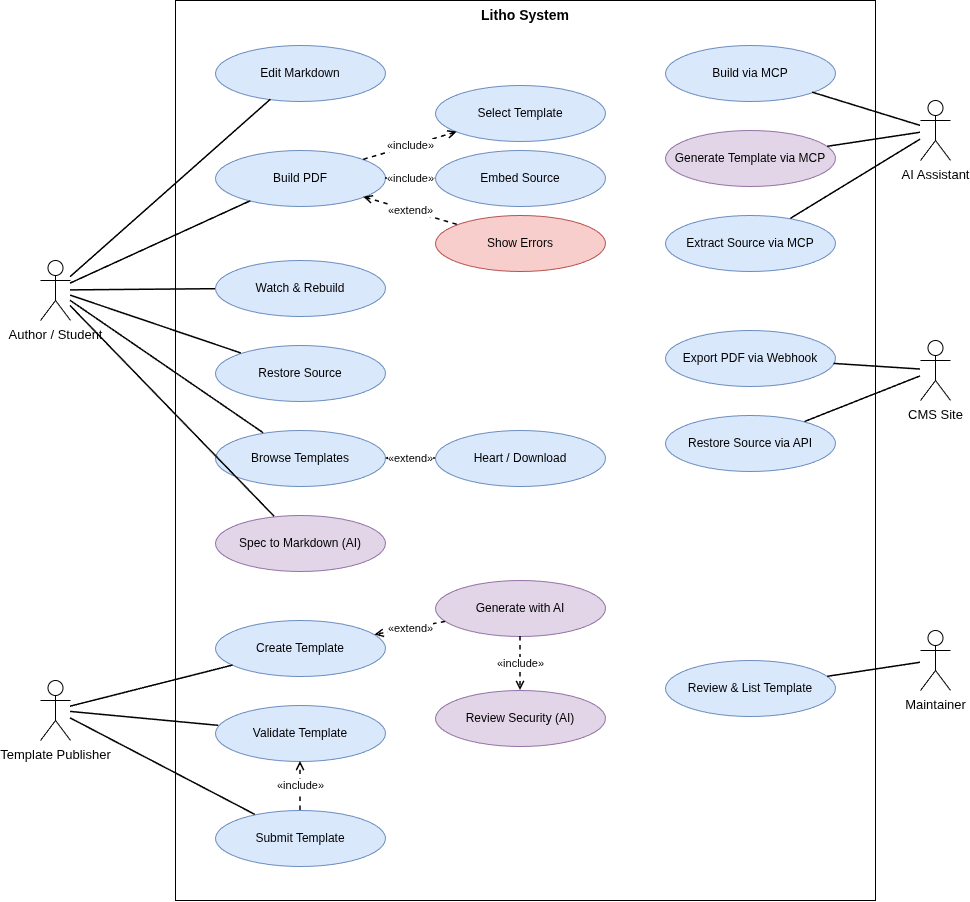
Above: Figures/use-case.png in Litho-MD/uet-fyp-docs (draw.io), before the change. Source tidied: cells renumbered, new cells last; positions are measured from the earlier drawing's top-left corner, leaving out a move shared by most shapes.
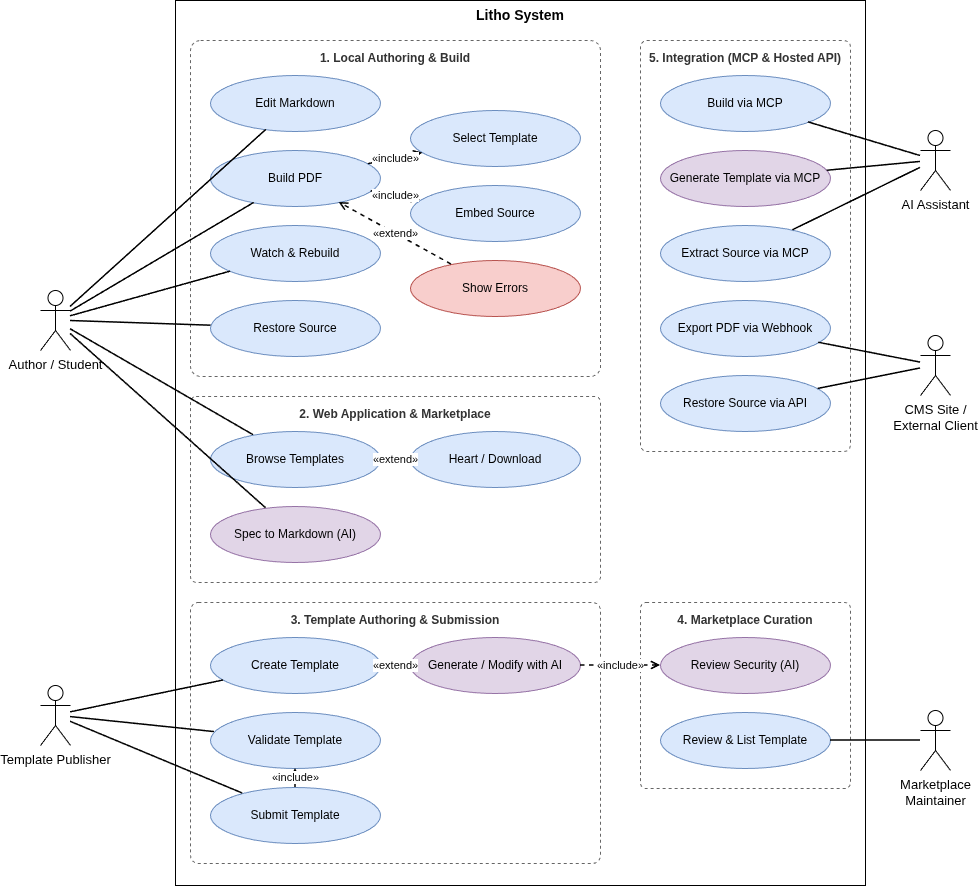
The same diagram one commit later.

The edit, as a diff of the source:
```diff
@@ -3,86 +3,101 @@
     <mxCell id="0" />
     <mxCell id="1" parent="0" />
     <mxCell id="2" value="Litho System" style="rounded=0;whiteSpace=wrap;html=1;fillColor=none;strokeColor=#000000;verticalAlign=top;fontStyle=1;fontSize=14;" parent="1" vertex="1">
-      <mxGeometry x="135" width="700" height="900" as="geometry" />
+      <mxGeometry x="135" width="690" height="885" as="geometry" />
     </mxCell>
+    <mxCell id="51" value="1. Local Authoring &amp; Build" style="rounded=1;arcSize=3;whiteSpace=wrap;html=1;fillColor=none;strokeColor=#666666;dashed=1;verticalAlign=top;fontStyle=1;fontSize=12;fontColor=#333333;spacingTop=4;" parent="1" vertex="1">
+      <mxGeometry x="150" y="40" width="410" height="336" as="geometry" />
+    </mxCell>
+    <mxCell id="52" value="2. Web Application &amp; Marketplace" style="rounded=1;arcSize=3;whiteSpace=wrap;html=1;fillColor=none;strokeColor=#666666;dashed=1;verticalAlign=top;fontStyle=1;fontSize=12;fontColor=#333333;spacingTop=4;" parent="1" vertex="1">
+      <mxGeometry x="150" y="396" width="410" height="186" as="geometry" />
+    </mxCell>
+    <mxCell id="53" value="3. Template Authoring &amp; Submission" style="rounded=1;arcSize=3;whiteSpace=wrap;html=1;fillColor=none;strokeColor=#666666;dashed=1;verticalAlign=top;fontStyle=1;fontSize=12;fontColor=#333333;spacingTop=4;" parent="1" vertex="1">
+      <mxGeometry x="150" y="602" width="410" height="261" as="geometry" />
+    </mxCell>
+    <mxCell id="54" value="4. Marketplace Curation" style="rounded=1;arcSize=3;whiteSpace=wrap;html=1;fillColor=none;strokeColor=#666666;dashed=1;verticalAlign=top;fontStyle=1;fontSize=12;fontColor=#333333;spacingTop=4;" parent="1" vertex="1">
+      <mxGeometry x="600" y="602" width="210" height="186" as="geometry" />
+    </mxCell>
+    <mxCell id="55" value="5. Integration (MCP &amp; Hosted API)" style="rounded=1;arcSize=3;whiteSpace=wrap;html=1;fillColor=none;strokeColor=#666666;dashed=1;verticalAlign=top;fontStyle=1;fontSize=12;fontColor=#333333;spacingTop=4;" parent="1" vertex="1">
+      <mxGeometry x="600" y="40" width="210" height="411" as="geometry" />
+    </mxCell>
     <mxCell id="3" value="Author / Student" style="shape=umlActor;verticalLabelPosition=bottom;verticalAlign=top;html=1;fontSize=13;" parent="1" vertex="1">
-      <mxGeometry y="260" width="30" height="60" as="geometry" />
+      <mxGeometry y="290" width="30" height="60" as="geometry" />
     </mxCell>
     <mxCell id="4" value="Template Publisher" style="shape=umlActor;verticalLabelPosition=bottom;verticalAlign=top;html=1;fontSize=13;" parent="1" vertex="1">
-      <mxGeometry y="680" width="30" height="60" as="geometry" />
+      <mxGeometry y="685" width="30" height="60" as="geometry" />
     </mxCell>
     <mxCell id="5" value="AI Assistant" style="shape=umlActor;verticalLabelPosition=bottom;verticalAlign=top;html=1;fontSize=13;" parent="1" vertex="1">
-      <mxGeometry x="880" y="100" width="30" height="60" as="geometry" />
+      <mxGeometry x="880" y="130" width="30" height="60" as="geometry" />
     </mxCell>
-    <mxCell id="6" value="CMS Site" style="shape=umlActor;verticalLabelPosition=bottom;verticalAlign=top;html=1;fontSize=13;" parent="1" vertex="1">
-      <mxGeometry x="880" y="340" width="30" height="60" as="geometry" />
+    <mxCell id="6" value="CMS Site /&lt;br&gt;External Client" style="shape=umlActor;verticalLabelPosition=bottom;verticalAlign=top;html=1;fontSize=13;" parent="1" vertex="1">
+      <mxGeometry x="880" y="335" width="30" height="60" as="geometry" />
     </mxCell>
-    <mxCell id="7" value="Maintainer" style="shape=umlActor;verticalLabelPosition=bottom;verticalAlign=top;html=1;fontSize=13;" parent="1" vertex="1">
-      <mxGeometry x="880" y="630" width="30" height="60" as="geometry" />
+    <mxCell id="7" value="Marketplace&lt;br&gt;Maintainer" style="shape=umlActor;verticalLabelPosition=bottom;verticalAlign=top;html=1;fontSize=13;" parent="1" vertex="1">
+      <mxGeometry x="880" y="710" width="30" height="60" as="geometry" />
     </mxCell>
     <mxCell id="8" value="Edit Markdown" style="ellipse;whiteSpace=wrap;html=1;fontSize=12;fillColor=#dae8fc;strokeColor=#6c8ebf;" parent="1" vertex="1">
-      <mxGeometry x="175" y="45" width="170" height="56" as="geometry" />
+      <mxGeometry x="170" y="75" width="170" height="56" as="geometry" />
     </mxCell>
     <mxCell id="9" value="Build PDF" style="ellipse;whiteSpace=wrap;html=1;fontSize=12;fillColor=#dae8fc;strokeColor=#6c8ebf;" parent="1" vertex="1">
-      <mxGeometry x="175" y="150" width="170" height="56" as="geometry" />
+      <mxGeometry x="170" y="150" width="170" height="56" as="geometry" />
     </mxCell>
-    <mxCell id="10" value="Watch &amp;amp; Rebuild" style="ellipse;whiteSpace=wrap;html=1;fontSize=12;fillColor=#dae8fc;strokeColor=#6c8ebf;" parent="1" vertex="1">
-      <mxGeometry x="175" y="260" width="170" height="56" as="geometry" />
+    <mxCell id="10" value="Watch &amp; Rebuild" style="ellipse;whiteSpace=wrap;html=1;fontSize=12;fillColor=#dae8fc;strokeColor=#6c8ebf;" parent="1" vertex="1">
+      <mxGeometry x="170" y="225" width="170" height="56" as="geometry" />
     </mxCell>
     <mxCell id="11" value="Restore Source" style="ellipse;whiteSpace=wrap;html=1;fontSize=12;fillColor=#dae8fc;strokeColor=#6c8ebf;" parent="1" vertex="1">
-      <mxGeometry x="175" y="345" width="170" height="56" as="geometry" />
+      <mxGeometry x="170" y="300" width="170" height="56" as="geometry" />
     </mxCell>
+    <mxCell id="17" value="Select Template" style="ellipse;whiteSpace=wrap;html=1;fontSize=12;fillColor=#dae8fc;strokeColor=#6c8ebf;" parent="1" vertex="1">
+      <mxGeometry x="370" y="110" width="170" height="56" as="geometry" />
+    </mxCell>
+    <mxCell id="18" value="Embed Source" style="ellipse;whiteSpace=wrap;html=1;fontSize=12;fillColor=#dae8fc;strokeColor=#6c8ebf;" parent="1" vertex="1">
+      <mxGeometry x="370" y="185" width="170" height="56" as="geometry" />
+    </mxCell>
+    <mxCell id="19" value="Show Errors" style="ellipse;whiteSpace=wrap;html=1;fontSize=12;fillColor=#f8cecc;strokeColor=#b85450;" parent="1" vertex="1">
+      <mxGeometry x="370" y="260" width="170" height="56" as="geometry" />
+    </mxCell>
     <mxCell id="12" value="Browse Templates" style="ellipse;whiteSpace=wrap;html=1;fontSize=12;fillColor=#dae8fc;strokeColor=#6c8ebf;" parent="1" vertex="1">
-      <mxGeometry x="175" y="430" width="170" height="56" as="geometry" />
+      <mxGeometry x="170" y="431" width="170" height="56" as="geometry" />
     </mxCell>
     <mxCell id="13" value="Spec to Markdown (AI)" style="ellipse;whiteSpace=wrap;html=1;fontSize=12;fillColor=#e1d5e7;strokeColor=#9673a6;" parent="1" vertex="1">
-      <mxGeometry x="175" y="515" width="170" height="56" as="geometry" />
+      <mxGeometry x="170" y="506" width="170" height="56" as="geometry" />
     </mxCell>
+    <mxCell id="20" value="Heart / Download" style="ellipse;whiteSpace=wrap;html=1;fontSize=12;fillColor=#dae8fc;strokeColor=#6c8ebf;" parent="1" vertex="1">
+      <mxGeometry x="370" y="431" width="170" height="56" as="geometry" />
+    </mxCell>
     <mxCell id="14" value="Create Template" style="ellipse;whiteSpace=wrap;html=1;fontSize=12;fillColor=#dae8fc;strokeColor=#6c8ebf;" parent="1" vertex="1">
-      <mxGeometry x="175" y="620" width="170" height="56" as="geometry" />
+      <mxGeometry x="170" y="637" width="170" height="56" as="geometry" />
     </mxCell>
     <mxCell id="15" value="Validate Template" style="ellipse;whiteSpace=wrap;html=1;fontSize=12;fillColor=#dae8fc;strokeColor=#6c8ebf;" parent="1" vertex="1">
-      <mxGeometry x="175" y="705" width="170" height="56" as="geometry" />
+      <mxGeometry x="170" y="712" width="170" height="56" as="geometry" />
     </mxCell>
     <mxCell id="16" value="Submit Template" style="ellipse;whiteSpace=wrap;html=1;fontSize=12;fillColor=#dae8fc;strokeColor=#6c8ebf;" parent="1" vertex="1">
-      <mxGeometry x="175" y="810" width="170" height="56" as="geometry" />
+      <mxGeometry x="170" y="787" width="170" height="56" as="geometry" />
     </mxCell>
-    <mxCell id="17" value="Select Template" style="ellipse;whiteSpace=wrap;html=1;fontSize=12;fillColor=#dae8fc;strokeColor=#6c8ebf;" parent="1" vertex="1">
-      <mxGeometry x="395" y="85" width="170" height="56" as="geometry" />
-    </mxCell>
-    <mxCell id="18" value="Embed Source" style="ellipse;whiteSpace=wrap;html=1;fontSize=12;fillColor=#dae8fc;strokeColor=#6c8ebf;" parent="1" vertex="1">
-      <mxGeometry x="395" y="150" width="170" height="56" as="geometry" />
-    </mxCell>
-    <mxCell id="19" value="Show Errors" style="ellipse;whiteSpace=wrap;html=1;fontSize=12;fillColor=#f8cecc;strokeColor=#b85450;" parent="1" vertex="1">
-      <mxGeometry x="395" y="215" width="170" height="56" as="geometry" />
-    </mxCell>
-    <mxCell id="20" value="Heart / Download" style="ellipse;whiteSpace=wrap;html=1;fontSize=12;fillColor=#dae8fc;strokeColor=#6c8ebf;" parent="1" vertex="1">
-      <mxGeometry x="395" y="430" width="170" height="56" as="geometry" />
-    </mxCell>
-    <mxCell id="21" value="Generate with AI" style="ellipse;whiteSpace=wrap;html=1;fontSize=12;fillColor=#e1d5e7;strokeColor=#9673a6;" parent="1" vertex="1">
-      <mxGeometry x="395" y="580" width="170" height="56" as="geometry" />
+    <mxCell id="21" value="Generate / Modify with AI" style="ellipse;whiteSpace=wrap;html=1;fontSize=12;fillColor=#e1d5e7;strokeColor=#9673a6;" parent="1" vertex="1">
+      <mxGeometry x="370" y="637" width="170" height="56" as="geometry" />
     </mxCell>
     <mxCell id="22" value="Review Security (AI)" style="ellipse;whiteSpace=wrap;html=1;fontSize=12;fillColor=#e1d5e7;strokeColor=#9673a6;" parent="1" vertex="1">
-      <mxGeometry x="395" y="690" width="170" height="56" as="geometry" />
+      <mxGeometry x="620" y="637" width="170" height="56" as="geometry" />
     </mxCell>
+    <mxCell id="28" value="Review &amp; List Template" style="ellipse;whiteSpace=wrap;html=1;fontSize=12;fillColor=#dae8fc;strokeColor=#6c8ebf;" parent="1" vertex="1">
+      <mxGeometry x="620" y="712" width="170" height="56" as="geometry" />
+    </mxCell>
     <mxCell id="23" value="Build via MCP" style="ellipse;whiteSpace=wrap;html=1;fontSize=12;fillColor=#dae8fc;strokeColor=#6c8ebf;" parent="1" vertex="1">
-      <mxGeometry x="625" y="45" width="170" height="56" as="geometry" />
+      <mxGeometry x="620" y="75" width="170" height="56" as="geometry" />
     </mxCell>
     <mxCell id="24" value="Generate Template via MCP" style="ellipse;whiteSpace=wrap;html=1;fontSize=12;fillColor=#e1d5e7;strokeColor=#9673a6;" parent="1" vertex="1">
-      <mxGeometry x="625" y="130" width="170" height="56" as="geometry" />
+      <mxGeometry x="620" y="150" width="170" height="56" as="geometry" />
     </mxCell>
     <mxCell id="25" value="Extract Source via MCP" style="ellipse;whiteSpace=wrap;html=1;fontSize=12;fillColor=#dae8fc;strokeColor=#6c8ebf;" parent="1" vertex="1">
-      <mxGeometry x="625" y="215" width="170" height="56" as="geometry" />
+      <mxGeometry x="620" y="225" width="170" height="56" as="geometry" />
     </mxCell>
     <mxCell id="26" value="Export PDF via Webhook" style="ellipse;whiteSpace=wrap;html=1;fontSize=12;fillColor=#dae8fc;strokeColor=#6c8ebf;" parent="1" vertex="1">
-      <mxGeometry x="625" y="330" width="170" height="56" as="geometry" />
+      <mxGeometry x="620" y="300" width="170" height="56" as="geometry" />
     </mxCell>
     <mxCell id="27" value="Restore Source via API" style="ellipse;whiteSpace=wrap;html=1;fontSize=12;fillColor=#dae8fc;strokeColor=#6c8ebf;" parent="1" vertex="1">
-      <mxGeometry x="625" y="415" width="170" height="56" as="geometry" />
+      <mxGeometry x="620" y="375" width="170" height="56" as="geometry" />
     </mxCell>
-    <mxCell id="28" value="Review &amp;amp; List Template" style="ellipse;whiteSpace=wrap;html=1;fontSize=12;fillColor=#dae8fc;strokeColor=#6c8ebf;" parent="1" vertex="1">
-      <mxGeometry x="625" y="660" width="170" height="56" as="geometry" />
-    </mxCell>
     <mxCell id="29" style="endArrow=none;html=1;strokeWidth=1.5;" parent="1" edge="1" source="3" target="8">
       <mxGeometry relative="1" as="geometry" />
     </mxCell>
```
